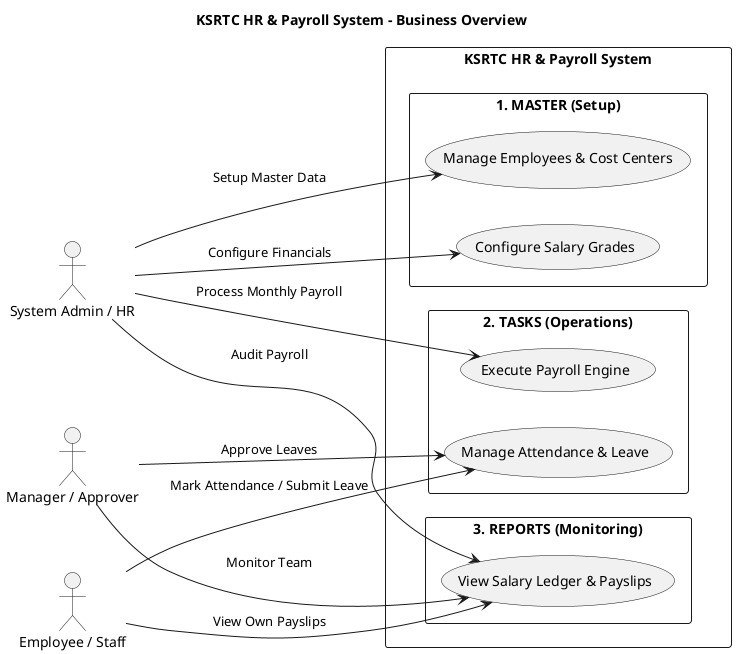
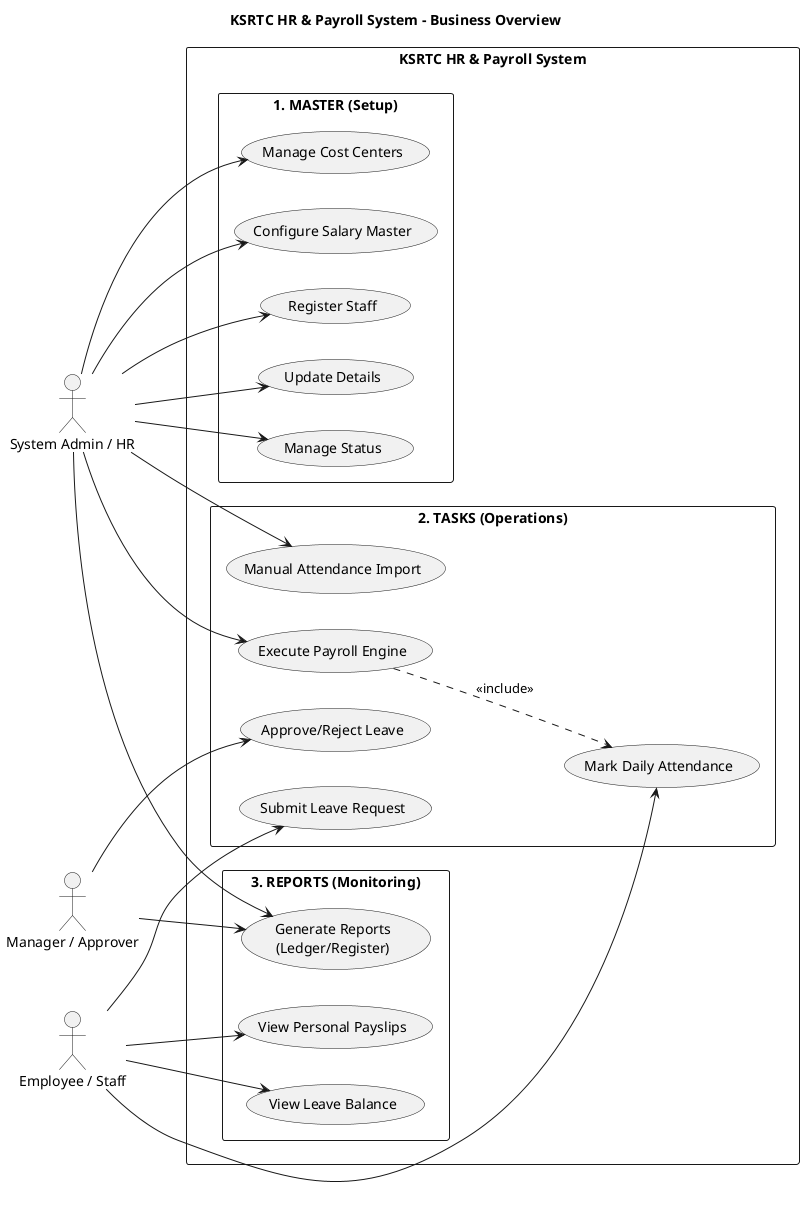
@startuml HR_01_UseCaseDiagram
title KSRTC HR & Payroll System - Business Overview

 left to right direction
 skinparam packageStyle rectangle

 actor "System Admin / HR" as Admin
 actor "Manager / Approver" as Manager
 actor "Employee / Staff" as Emp

   rectangle "KSRTC HR & Payroll System" {

     package "1. MASTER (Setup)" {
-        usecase "Manage Employees & Cost Centers" as UC_M1
-        usecase "Configure Salary Grades" as UC_M2
+        usecase "Register Staff" as UC_RegStaff
+        usecase "Update Details" as UC_UpdateEmp
+        usecase "Manage Status" as UC_ManageStatus
+        usecase "Manage Cost Centers" as UC_ManageCC
+        usecase "Configure Salary Master" as UC_ConfigSal
     }

     package "2. TASKS (Operations)" {
-        usecase "Manage Attendance & Leave" as UC_T1
-        usecase "Execute Payroll Engine" as UC_T2
+        usecase "Manual Attendance Import" as UC_ManualAtt
+        usecase "Mark Daily Attendance" as UC_MarkAtt
+        usecase "Submit Leave Request" as UC_SubmitLeave
+        usecase "Approve/Reject Leave" as UC_ApproveLeave
+        usecase "Execute Payroll Engine" as UC_ExecPayroll
     }

     package "3. REPORTS (Monitoring)" {
-        usecase "View Salary Ledger & Payslips" as UC_R
+        usecase "Generate Reports\n(Ledger/Register)" as UC_GenReports
+        usecase "View Personal Payslips" as UC_ViewPayslip
+        usecase "View Leave Balance" as UC_ViewLeaveBal
     }
   }

' Interactions
- Admin --> UC_M1 : Setup Master Data
- Admin --> UC_M2 : Configure Financials
- Manager --> UC_T1 : Approve Leaves
- Emp --> UC_T1 : Mark Attendance / Submit Leave
- Admin --> UC_T2 : Process Monthly Payroll
- Emp --> UC_R : View Own Payslips
- Admin --> UC_R : Audit Payroll
- Manager --> UC_R : Monitor Team
+ Admin --> UC_RegStaff
+ Admin --> UC_UpdateEmp
+ Admin --> UC_ManageStatus
+ Admin --> UC_ManageCC
+ Admin --> UC_ConfigSal
+ Admin --> UC_ExecPayroll
+ Admin --> UC_GenReports
+ Admin --> UC_ManualAtt
+ 
+ Manager --> UC_ApproveLeave
+ Manager --> UC_GenReports
+ 
+ Emp --> UC_MarkAtt
+ Emp --> UC_SubmitLeave
+ Emp --> UC_ViewPayslip
+ Emp --> UC_ViewLeaveBal
+ 
+ ' Dependencies
+ UC_ExecPayroll ..> UC_MarkAtt : <<include>>
+ 
@enduml
